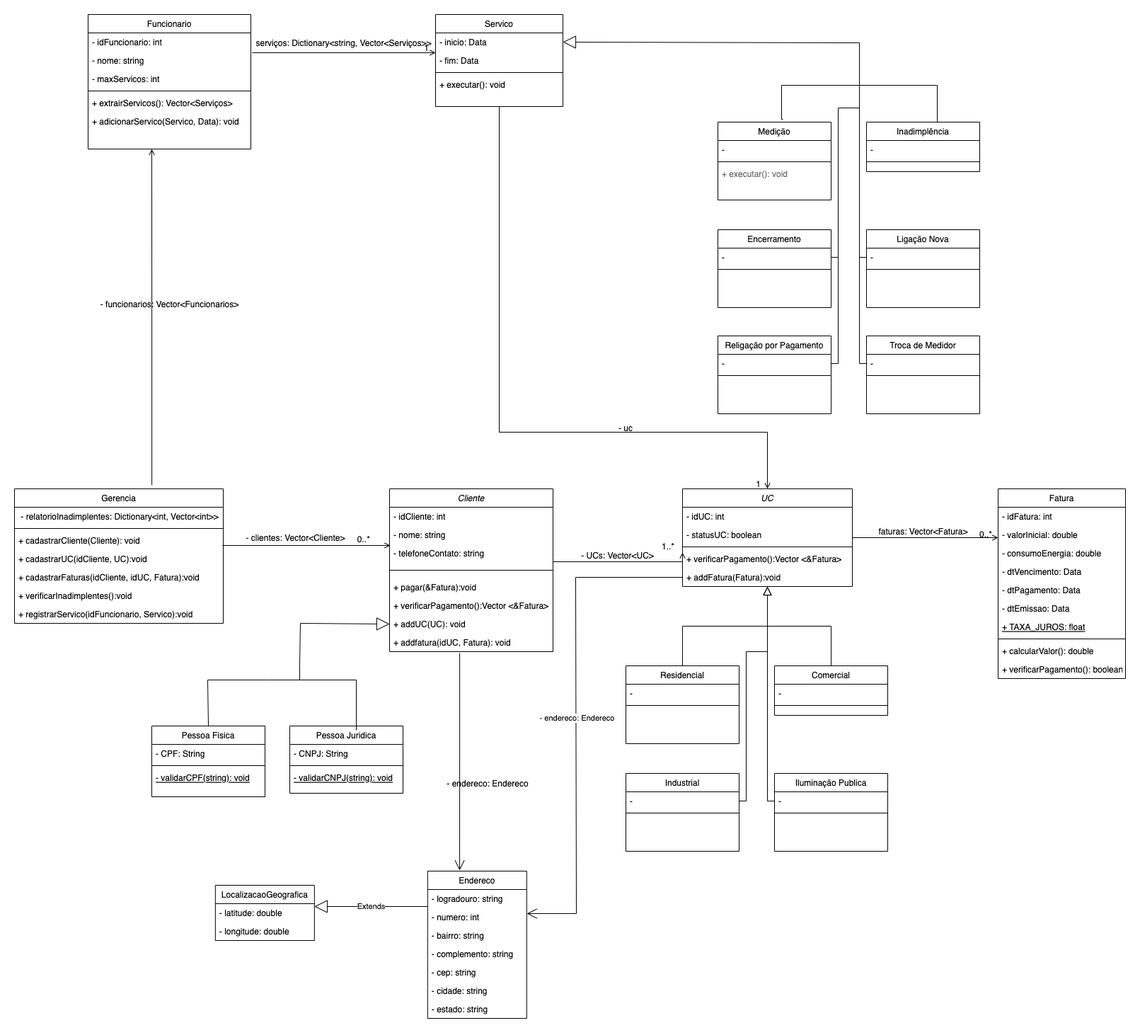
Earlier version of the draw.io export modulo3/Modulo_3.png (rodrigocezarluz/Projeto-POO). Source tidied: cells renumbered, new cells last; positions are measured from the earlier drawing's top-left corner, leaving out a move shared by most shapes.
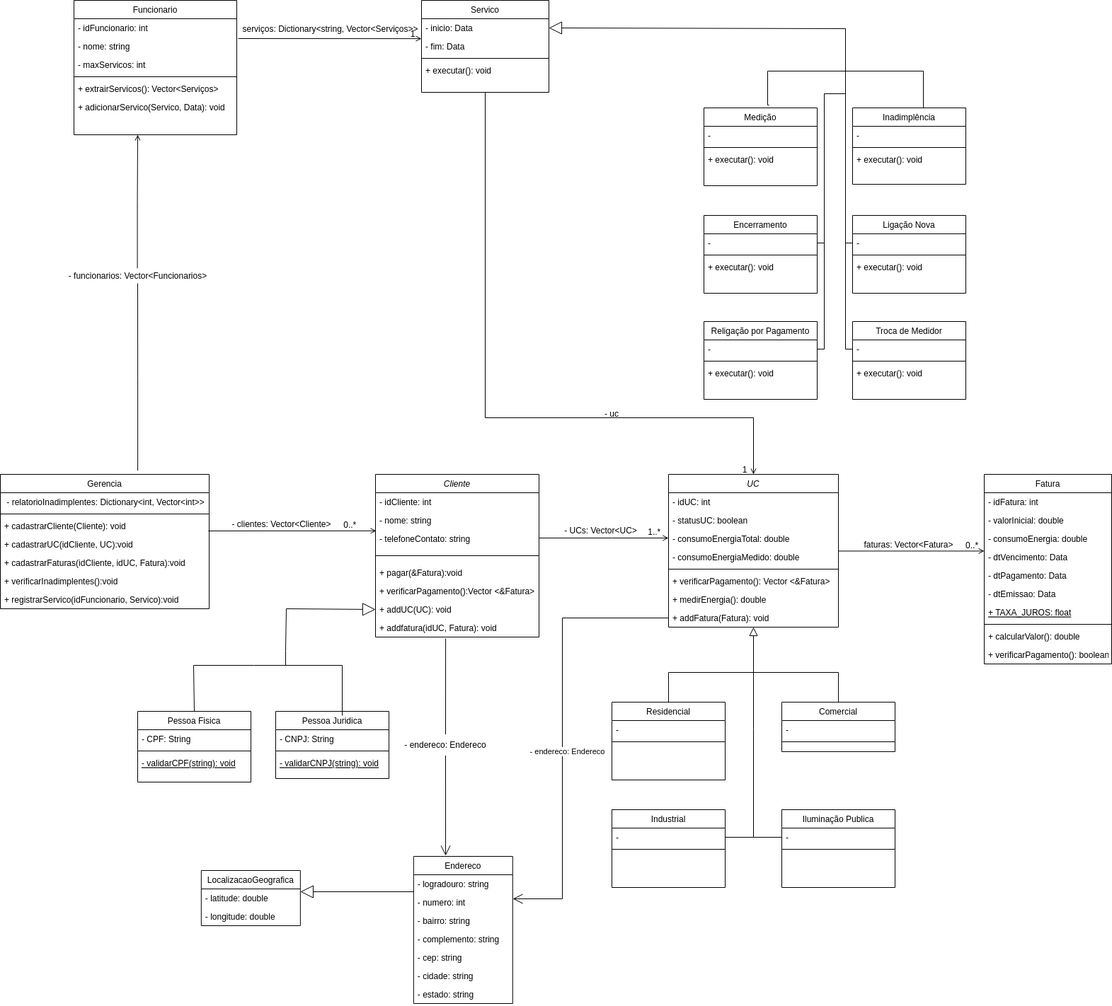
Later version of the same file.

Diff of the diagram source:
```diff
@@ -5,3 +5,3 @@
     <mxCell id="2" value="UC" style="swimlane;fontStyle=2;align=center;verticalAlign=top;horizontal=1;startSize=26;rounded=0;shadow=0;strokeWidth=1;" parent="1" vertex="1">
-      <mxGeometry x="944" y="670" width="240" height="138" as="geometry" />
+      <mxGeometry x="944" y="670" width="240" height="216" as="geometry" />
     </mxCell>
@@ -13,13 +13,22 @@
     </mxCell>
+    <mxCell id="133" value="- consumoEnergiaTotal: double" style="text;align=left;verticalAlign=top;spacingLeft=4;spacingRight=4;overflow=hidden;" parent="2" vertex="1">
+      <mxGeometry y="78" width="240" height="26" as="geometry" />
+    </mxCell>
+    <mxCell id="134" value="- consumoEnergiaMedido: double" style="text;align=left;verticalAlign=top;spacingLeft=4;spacingRight=4;overflow=hidden;" parent="2" vertex="1">
+      <mxGeometry y="104" width="240" height="26" as="geometry" />
+    </mxCell>
     <mxCell id="5" style="line;html=1;strokeWidth=1;align=left;verticalAlign=middle;spacingTop=-1;spacingLeft=3;spacingRight=3;labelPosition=right;" parent="2" vertex="1">
-      <mxGeometry y="78" width="240" height="8" as="geometry" />
+      <mxGeometry y="130" width="240" height="8" as="geometry" />
     </mxCell>
-    <mxCell id="6" value="+ verificarPagamento():Vector &lt;&amp;Fatura&gt;" style="text;align=left;verticalAlign=top;spacingLeft=4;spacingRight=4;overflow=hidden;rounded=0;shadow=0;html=0;" parent="2" vertex="1">
-      <mxGeometry y="86" width="240" height="26" as="geometry" />
+    <mxCell id="6" value="+ verificarPagamento(): Vector &lt;&amp;Fatura&gt;" style="text;align=left;verticalAlign=top;spacingLeft=4;spacingRight=4;overflow=hidden;rounded=0;shadow=0;html=0;" parent="2" vertex="1">
+      <mxGeometry y="138" width="240" height="26" as="geometry" />
     </mxCell>
+    <mxCell id="135" value="+ medirEnergia(): double" style="text;align=left;verticalAlign=top;spacingLeft=4;spacingRight=4;overflow=hidden;rounded=0;shadow=0;html=0;" parent="2" vertex="1">
+      <mxGeometry y="164" width="240" height="26" as="geometry" />
+    </mxCell>
-    <mxCell id="7" value="+ addFatura(Fatura):void" style="text;align=left;verticalAlign=top;spacingLeft=4;spacingRight=4;overflow=hidden;points=[[0,0.5],[1,0.5]];portConstraint=eastwest;rounded=0;shadow=0;html=0;" parent="2" vertex="1">
-      <mxGeometry y="112" width="240" height="26" as="geometry" />
+    <mxCell id="7" value="+ addFatura(Fatura): void" style="text;align=left;verticalAlign=top;spacingLeft=4;spacingRight=4;overflow=hidden;points=[[0,0.5],[1,0.5]];portConstraint=eastwest;rounded=0;shadow=0;html=0;" parent="2" vertex="1">
+      <mxGeometry y="190" width="240" height="26" as="geometry" />
     </mxCell>
     <mxCell id="8" value="Residencial" style="swimlane;fontStyle=0;align=center;verticalAlign=top;horizontal=1;startSize=26;rounded=0;shadow=0;strokeWidth=1;" parent="1" vertex="1">
-      <mxGeometry x="864" y="920" width="160" height="110" as="geometry" />
+      <mxGeometry x="864" y="992" width="160" height="110" as="geometry" />
     </mxCell>
@@ -32,6 +41,11 @@
     <mxCell id="11" style="endArrow=block;endSize=10;endFill=0;shadow=0;strokeWidth=1;rounded=0;edgeStyle=orthogonalEdgeStyle;elbow=vertical;" parent="1" edge="1" source="8" target="2">
-      <mxGeometry relative="1" as="geometry" />
+      <mxGeometry relative="1" as="geometry">
+        <Array as="points">
+          <mxPoint x="944" y="950" />
+          <mxPoint x="1064" y="950" />
+        </Array>
+      </mxGeometry>
     </mxCell>
     <mxCell id="12" value="Comercial" style="swimlane;fontStyle=0;align=center;verticalAlign=top;horizontal=1;startSize=26;rounded=0;shadow=0;strokeWidth=1;" parent="1" vertex="1">
-      <mxGeometry x="1074" y="920" width="160" height="70" as="geometry" />
+      <mxGeometry x="1104" y="992" width="160" height="70" as="geometry" />
     </mxCell>
@@ -43,5 +57,2 @@
     </mxCell>
-    <mxCell id="15" style="endArrow=block;endSize=10;endFill=0;shadow=0;strokeWidth=1;rounded=0;edgeStyle=elbowEdgeStyle;elbow=vertical;" parent="1" edge="1" source="12" target="2">
-      <mxGeometry relative="1" as="geometry" />
-    </mxCell>
     <mxCell id="16" value="Fatura" style="swimlane;fontStyle=0;align=center;verticalAlign=top;horizontal=1;startSize=26;rounded=0;shadow=0;strokeWidth=1;" parent="1" vertex="1">
@@ -86,3 +97,3 @@
       <mxGeometry x="1" relative="1" as="geometry">
-        <mxPoint x="-7" y="4" as="offset" />
+        <mxPoint x="-7" as="offset" />
       </mxGeometry>
@@ -121,5 +132,8 @@
     </mxCell>
-    <mxCell id="39" style="endArrow=open;shadow=0;strokeWidth=1;rounded=0;endFill=1;edgeStyle=elbowEdgeStyle;elbow=vertical;exitX=1;exitY=0.5;exitDx=0;exitDy=0;" parent="1" edge="1" source="30">
+    <mxCell id="39" style="endArrow=open;shadow=0;strokeWidth=1;rounded=0;endFill=1;edgeStyle=elbowEdgeStyle;elbow=vertical;" parent="1" edge="1" source="33">
       <mxGeometry x="0.5" y="41" relative="1" as="geometry">
         <mxPoint x="944" y="760" as="targetPoint" />
+        <Array as="points">
+          <mxPoint x="864" y="760" />
+        </Array>
         <mxPoint x="-40" y="32" as="offset" />
@@ -134,3 +148,3 @@
       <mxGeometry x="0.5" y="49" relative="1" as="geometry">
-        <mxPoint x="-54" y="40" as="offset" />
+        <mxPoint x="-51" y="38" as="offset" />
       </mxGeometry>
@@ -162,3 +176,3 @@
     <mxCell id="50" value="Industrial" style="swimlane;fontStyle=0;align=center;verticalAlign=top;horizontal=1;startSize=26;rounded=0;shadow=0;strokeWidth=1;" parent="1" vertex="1">
-      <mxGeometry x="864" y="1072" width="160" height="110" as="geometry" />
+      <mxGeometry x="864" y="1144" width="160" height="110" as="geometry" />
     </mxCell>
@@ -171,3 +185,3 @@
     <mxCell id="53" value="Iluminação Publica" style="swimlane;fontStyle=0;align=center;verticalAlign=top;horizontal=1;startSize=26;rounded=0;shadow=0;strokeWidth=1;" parent="1" vertex="1">
-      <mxGeometry x="1074" y="1072" width="160" height="110" as="geometry" />
+      <mxGeometry x="1104" y="1144" width="160" height="110" as="geometry" />
     </mxCell>
@@ -179,21 +193,2 @@
     </mxCell>
-    <mxCell id="56" style="edgeStyle=orthogonalEdgeStyle;rounded=0;jettySize=auto;html=1;endArrow=none;endFill=0;exitX=1;exitY=0.5;exitDx=0;exitDy=0;" parent="1" edge="1" source="51">
-      <mxGeometry relative="1" as="geometry">
-        <mxPoint x="1064" y="870" as="targetPoint" />
-        <Array as="points">
-          <mxPoint x="1034" y="1111" />
-          <mxPoint x="1034" y="900" />
-          <mxPoint x="1064" y="900" />
-        </Array>
-      </mxGeometry>
-    </mxCell>
-    <mxCell id="57" style="edgeStyle=orthogonalEdgeStyle;rounded=0;jettySize=auto;html=1;endArrow=none;endFill=0;exitX=0;exitY=0.5;exitDx=0;exitDy=0;" parent="1" edge="1" source="54">
-      <mxGeometry relative="1" as="geometry">
-        <mxPoint x="1064" y="860" as="targetPoint" />
-        <Array as="points">
-          <mxPoint x="1064" y="1111" />
-          <mxPoint x="1064" y="870" />
-        </Array>
-      </mxGeometry>
-    </mxCell>
     <mxCell id="58" value="Gerencia" style="swimlane;fontStyle=0;align=center;verticalAlign=top;horizontal=1;startSize=26;rounded=0;shadow=0;strokeWidth=1;" parent="1" vertex="1">
@@ -295,7 +290,7 @@
     </mxCell>
-    <mxCell id="87" value="+ executar(): void" style="text;align=left;verticalAlign=top;spacingLeft=4;spacingRight=4;overflow=hidden;opacity=20;textOpacity=60;" parent="84" vertex="1">
-      <mxGeometry y="60" width="160" height="26" as="geometry" />
-    </mxCell>
+    <mxCell id="136" value="+ executar(): void" style="text;align=left;verticalAlign=top;spacingLeft=4;spacingRight=4;overflow=hidden;" parent="84" vertex="1">
+      <mxGeometry y="60" width="160" height="26" as="geometry" />
+    </mxCell>
     <mxCell id="88" value="Inadimplência" style="swimlane;fontStyle=0;align=center;verticalAlign=top;horizontal=1;startSize=26;rounded=0;shadow=0;strokeWidth=1;" parent="1" vertex="1">
-      <mxGeometry x="1204" y="152" width="160" height="70" as="geometry" />
+      <mxGeometry x="1204" y="152" width="160" height="108" as="geometry" />
     </mxCell>
@@ -307,2 +302,5 @@
     </mxCell>
+    <mxCell id="137" value="+ executar(): void" style="text;align=left;verticalAlign=top;spacingLeft=4;spacingRight=4;overflow=hidden;" parent="88" vertex="1">
+      <mxGeometry y="60" width="160" height="26" as="geometry" />
+    </mxCell>
     <mxCell id="91" value="Encerramento" style="swimlane;fontStyle=0;align=center;verticalAlign=top;horizontal=1;startSize=26;rounded=0;shadow=0;strokeWidth=1;" parent="1" vertex="1">
@@ -316,2 +314,5 @@
     </mxCell>
+    <mxCell id="138" value="+ executar(): void" style="text;align=left;verticalAlign=top;spacingLeft=4;spacingRight=4;overflow=hidden;" parent="91" vertex="1">
+      <mxGeometry y="60" width="160" height="26" as="geometry" />
+    </mxCell>
     <mxCell id="94" value="Ligação Nova" style="swimlane;fontStyle=0;align=center;verticalAlign=top;horizontal=1;startSize=26;rounded=0;shadow=0;strokeWidth=1;" parent="1" vertex="1">
@@ -325,2 +326,5 @@
     </mxCell>
+    <mxCell id="139" value="+ executar(): void" style="text;align=left;verticalAlign=top;spacingLeft=4;spacingRight=4;overflow=hidden;" parent="94" vertex="1">
+      <mxGeometry y="60" width="160" height="26" as="geometry" />
+    </mxCell>
     <mxCell id="97" style="edgeStyle=orthogonalEdgeStyle;rounded=0;jettySize=auto;html=1;endArrow=none;endFill=0;exitX=1;exitY=0.5;exitDx=0;exitDy=0;" parent="1" edge="1" source="92">
@@ -353,2 +357,5 @@
     </mxCell>
+    <mxCell id="140" value="+ executar(): void" style="text;align=left;verticalAlign=top;spacingLeft=4;spacingRight=4;overflow=hidden;" parent="99" vertex="1">
+      <mxGeometry y="60" width="160" height="26" as="geometry" />
+    </mxCell>
     <mxCell id="102" value="Troca de Medidor" style="swimlane;fontStyle=0;align=center;verticalAlign=top;horizontal=1;startSize=26;rounded=0;shadow=0;strokeWidth=1;" parent="1" vertex="1">
@@ -362,2 +369,5 @@
     </mxCell>
+    <mxCell id="141" value="+ executar(): void" style="text;align=left;verticalAlign=top;spacingLeft=4;spacingRight=4;overflow=hidden;" parent="102" vertex="1">
+      <mxGeometry y="60" width="160" height="26" as="geometry" />
+    </mxCell>
     <mxCell id="105" style="edgeStyle=orthogonalEdgeStyle;rounded=0;orthogonalLoop=1;jettySize=auto;html=1;endArrow=none;endFill=0;exitX=1;exitY=0.5;exitDx=0;exitDy=0;" parent="1" edge="1">
@@ -380,3 +390,3 @@
     </mxCell>
-    <mxCell id="107" style="endArrow=open;shadow=0;strokeWidth=1;rounded=0;endFill=1;edgeStyle=elbowEdgeStyle;elbow=vertical;exitX=0.658;exitY=-0.028;exitDx=0;exitDy=0;exitPerimeter=0;" parent="1" edge="1" source="58">
+    <mxCell id="107" style="endArrow=open;shadow=0;strokeWidth=1;rounded=0;endFill=1;edgeStyle=elbowEdgeStyle;elbow=vertical;exitX=0.498;exitY=-0.061;exitDx=0;exitDy=0;exitPerimeter=0;startArrow=none;" parent="1" edge="1" source="108">
       <mxGeometry x="0.5" y="41" relative="1" as="geometry">
@@ -386,5 +396,2 @@
     </mxCell>
-    <mxCell id="108" value="- funcionarios: Vector&amp;lt;Funcionarios&amp;gt;" style="text;html=1;align=center;verticalAlign=middle;points=[];strokeColor=none;fillColor=none;" parent="1" vertex="1">
-      <mxGeometry x="114" y="400" width="210" height="20" as="geometry" />
-    </mxCell>
     <mxCell id="109" style="edgeStyle=orthogonalEdgeStyle;rounded=0;jettySize=auto;html=1;endArrow=none;endFill=0;entryX=0.575;entryY=-0.036;entryDx=0;entryDy=0;entryPerimeter=0;" parent="1" edge="1" target="84">
@@ -484,3 +491,3 @@
     </mxCell>
-    <mxCell id="128" value="Extends" style="endArrow=block;endSize=16;endFill=0;html=1;rounded=0;" parent="1" edge="1">
+    <mxCell id="128" style="endArrow=block;endSize=16;endFill=0;html=1;rounded=0;" parent="1" edge="1">
       <mxGeometry relative="1" as="geometry">
@@ -490,8 +497,5 @@
     </mxCell>
-    <mxCell id="129" style="endArrow=open;endFill=1;endSize=12;html=1;rounded=0;exitX=0.429;exitY=1.077;exitDx=0;exitDy=0;exitPerimeter=0;entryX=0.323;entryY=-0.005;entryDx=0;entryDy=0;entryPerimeter=0;" parent="1" edge="1" source="38" target="120">
+    <mxCell id="129" style="endArrow=open;endFill=1;endSize=12;html=1;rounded=0;exitX=0.5;exitY=1;exitDx=0;exitDy=0;entryX=0.323;entryY=-0.005;entryDx=0;entryDy=0;entryPerimeter=0;startArrow=none;" parent="1" edge="1" source="130" target="120">
       <mxGeometry relative="1" as="geometry" />
     </mxCell>
-    <mxCell id="130" value="- endereco: Endereco" style="text;html=1;strokeColor=none;fillColor=none;align=center;verticalAlign=middle;whiteSpace=wrap;rounded=0;" parent="1" vertex="1">
-      <mxGeometry x="604" y="1072" width="130" height="30" as="geometry" />
-    </mxCell>
     <mxCell id="131" style="endArrow=open;endFill=1;endSize=12;html=1;rounded=0;exitX=0;exitY=0.5;exitDx=0;exitDy=0;" parent="1" edge="1" source="7">
@@ -500,3 +504,3 @@
         <Array as="points">
-          <mxPoint x="793" y="795" />
+          <mxPoint x="794" y="873" />
           <mxPoint x="794" y="1270" />
@@ -510,2 +514,38 @@
     </mxCell>
+    <mxCell id="130" value="- endereco: Endereco" style="text;html=1;strokeColor=none;fillColor=none;align=center;verticalAlign=middle;whiteSpace=wrap;rounded=0;" parent="1" vertex="1">
+      <mxGeometry x="564" y="1037.5" width="130" height="30" as="geometry" />
+    </mxCell>
+    <mxCell id="142" style="endArrow=none;endFill=1;endSize=12;html=1;rounded=0;exitX=0.429;exitY=1.077;exitDx=0;exitDy=0;exitPerimeter=0;entryX=0.5;entryY=0;entryDx=0;entryDy=0;" parent="1" edge="1" source="38" target="130">
+      <mxGeometry relative="1" as="geometry" />
+    </mxCell>
+    <mxCell id="143" style="endArrow=none;html=1;rounded=0;exitX=1;exitY=0.5;exitDx=0;exitDy=0;" parent="1" edge="1" source="51">
+      <mxGeometry relative="1" as="geometry">
+        <mxPoint x="1064" y="950" as="targetPoint" />
+        <Array as="points">
+          <mxPoint x="1064" y="1183" />
+          <mxPoint x="1064" y="1030" />
+        </Array>
+      </mxGeometry>
+    </mxCell>
+    <mxCell id="144" style="endArrow=none;html=1;rounded=0;entryX=0;entryY=0.5;entryDx=0;entryDy=0;" parent="1" edge="1" target="54">
+      <mxGeometry relative="1" as="geometry">
+        <mxPoint x="1064" y="1183" as="sourcePoint" />
+      </mxGeometry>
+    </mxCell>
+    <mxCell id="145" style="endArrow=none;html=1;rounded=0;exitX=0.5;exitY=0;exitDx=0;exitDy=0;" parent="1" edge="1" source="12">
+      <mxGeometry relative="1" as="geometry">
+        <mxPoint x="1064" y="950" as="targetPoint" />
+        <Array as="points">
+          <mxPoint x="1184" y="950" />
+        </Array>
+      </mxGeometry>
+    </mxCell>
+    <mxCell id="108" value="- funcionarios: Vector&amp;lt;Funcionarios&amp;gt;" style="text;html=1;align=center;verticalAlign=middle;points=[];strokeColor=none;fillColor=none;" parent="1" vertex="1">
+      <mxGeometry x="89" y="380" width="210" height="20" as="geometry" />
+    </mxCell>
+    <mxCell id="146" style="endArrow=none;shadow=0;strokeWidth=1;rounded=0;endFill=1;edgeStyle=elbowEdgeStyle;elbow=vertical;exitX=0.658;exitY=-0.028;exitDx=0;exitDy=0;exitPerimeter=0;" parent="1" edge="1" source="58" target="108">
+      <mxGeometry x="0.5" y="41" relative="1" as="geometry">
+        <mxPoint x="-40" y="32" as="offset" />
+      </mxGeometry>
+    </mxCell>
   </root>
```
